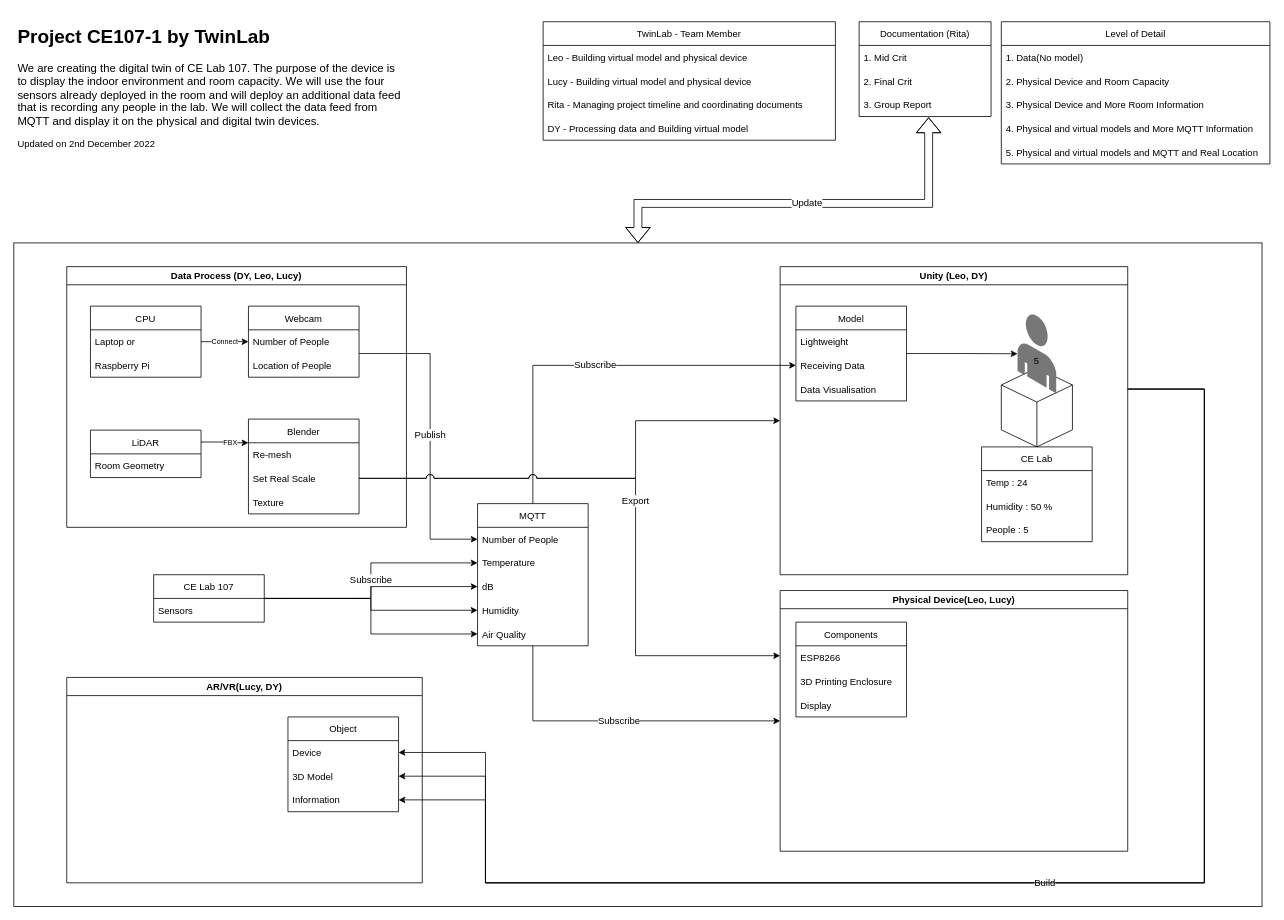
This is Resource/Document/overview.drawio from Lionel-Lim/CE107-1, a draw.io file, before an edit. Source tidied: cells renumbered, new cells numbered last; positions are measured from the earlier drawing's top-left corner, leaving out a move shared by most shapes. Both pictures are drawn from the tidied source at 79%, with x=0, y=0 at pixel (13, 21).
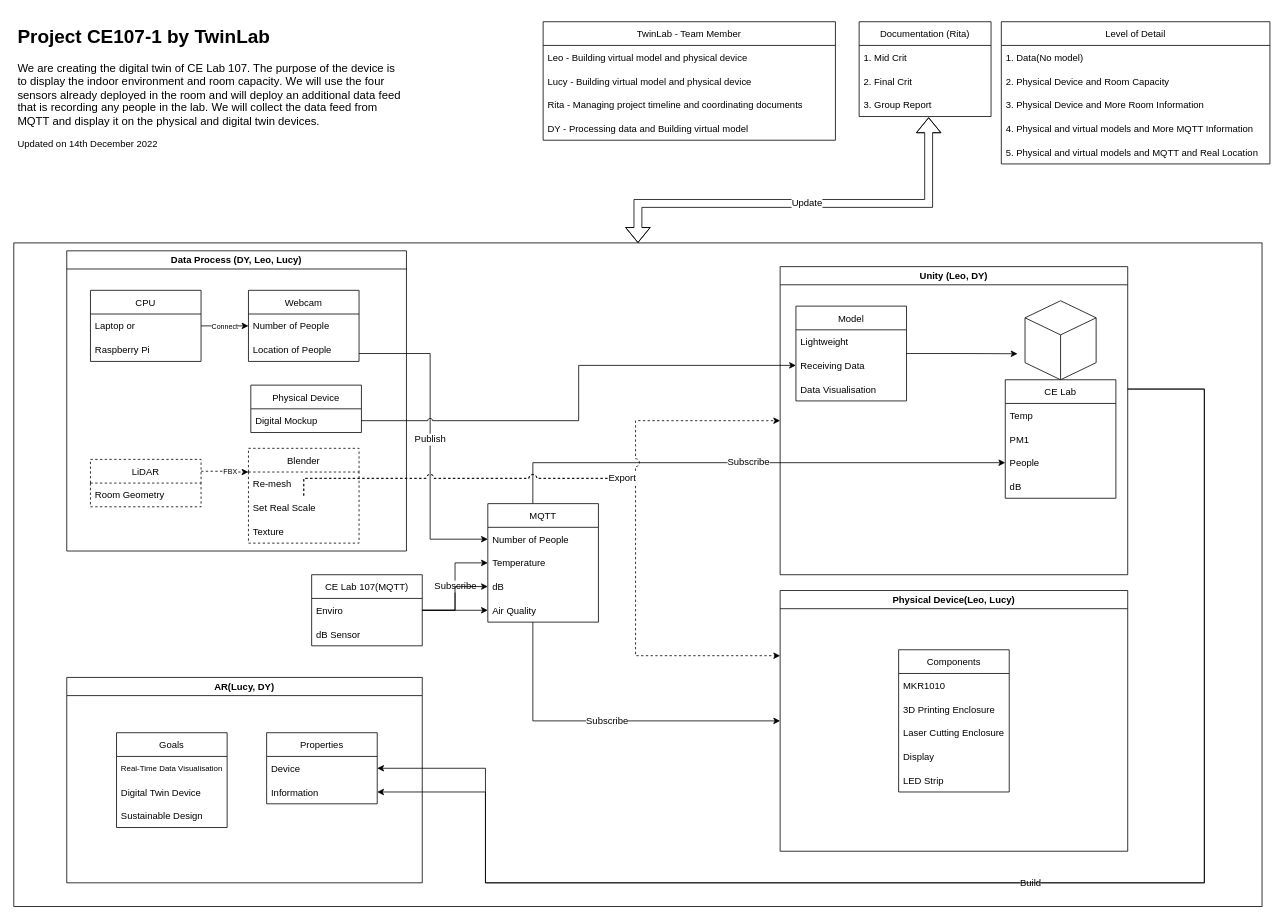
After the change.

The change refers to these unchanged cells:
```xml
<mxCell id="18" value="Set Real Scale" style="text;strokeColor=none;fillColor=none;align=left;verticalAlign=middle;spacingLeft=4;spacingRight=4;overflow=hidden;points=[[0,0.5],[1,0.5]];portConstraint=eastwest;" parent="16" vertex="1">
  <mxGeometry y="60" width="140" height="30" as="geometry" />
</mxCell>
<mxCell id="21" value="Unity (Leo, DY)" style="swimlane;fontSize=12;" parent="1" vertex="1">
  <mxGeometry x="970" y="310" width="440" height="390" as="geometry" />
</mxCell>
<mxCell id="23" value="Model" style="swimlane;fontStyle=0;horizontal=1;startSize=30;fontSize=12;" parent="21" vertex="1">
  <mxGeometry x="20" y="50" width="140" height="120" as="geometry" />
</mxCell>
<mxCell id="25" value="Receiving Data" style="text;strokeColor=none;fillColor=none;align=left;verticalAlign=middle;spacingLeft=4;spacingRight=4;overflow=hidden;points=[[0,0.5],[1,0.5]];portConstraint=eastwest;fontSize=12;" parent="23" vertex="1">
  <mxGeometry y="60" width="140" height="30" as="geometry" />
</mxCell>
<mxCell id="48" value="Physical Device(Leo, Lucy)" style="swimlane;fontSize=12;" parent="1" vertex="1">
  <mxGeometry x="970" y="720" width="440" height="330" as="geometry" />
</mxCell>
<mxCell id="55" value="Device" style="text;strokeColor=none;fillColor=none;align=left;verticalAlign=middle;spacingLeft=4;spacingRight=4;overflow=hidden;points=[[0,0.5],[1,0.5]];portConstraint=eastwest;fontSize=12;" parent="54" vertex="1">
  <mxGeometry y="30" width="140" height="30" as="geometry" />
</mxCell>
```

The edit, as a diff of the source:
```diff
@@
-    <mxCell id="3" value="&lt;h1&gt;Project CE107-1 by TwinLab&lt;/h1&gt;&lt;h2 style=&quot;margin: 0px; font-variant-numeric: normal; font-variant-east-asian: normal; font-stretch: normal; font-size: 14.3px; line-height: normal; -webkit-text-stroke-color: rgb(0, 0, 0);&quot;&gt;&lt;span style=&quot;font-weight: normal;&quot;&gt;We are creating the digital twin of CE Lab 107. The purpose of the device is to display the indoor environment&lt;span style=&quot;background-color: initial; font-variant-numeric: normal; font-variant-east-asian: normal; font-stretch: normal; font-size: 15px; line-height: normal; font-kerning: none;&quot; class=&quot;s2&quot;&gt; &lt;/span&gt;&lt;span style=&quot;background-color: initial; font-kerning: none;&quot; class=&quot;s1&quot;&gt;and room capacity. We will use the four sensors already deployed in the room and will deploy an additional data&lt;/span&gt;&lt;span style=&quot;background-color: initial; font-variant-numeric: normal; font-variant-east-asian: normal; font-stretch: normal; font-size: 15px; line-height: normal; font-kerning: none;&quot; class=&quot;s2&quot;&gt; &lt;/span&gt;&lt;span style=&quot;background-color: initial; font-kerning: none;&quot; class=&quot;s1&quot;&gt;feed that is recording any people in the lab. We will collect the data feed from MQTT and display it on the&lt;/span&gt;&lt;span style=&quot;background-color: initial; font-variant-numeric: normal; font-variant-east-asian: normal; font-stretch: normal; font-size: 15px; line-height: normal; font-kerning: none;&quot; class=&quot;s2&quot;&gt; &lt;/span&gt;&lt;span style=&quot;background-color: initial; font-kerning: none;&quot; class=&quot;s1&quot;&gt;physical and digital twin devices.&lt;/span&gt;&lt;/span&gt;&lt;/h2&gt;&lt;div&gt;&lt;span style=&quot;font-weight: normal;&quot;&gt;&lt;span style=&quot;background-color: initial; font-kerning: none;&quot; class=&quot;s1&quot;&gt;&lt;br&gt;&lt;/span&gt;&lt;/span&gt;&lt;/div&gt;&lt;div&gt;Updated on 2nd December 2022&lt;/div&gt;" style="text;html=1;strokeColor=none;fillColor=none;spacing=5;spacingTop=-20;whiteSpace=wrap;overflow=hidden;rounded=0;align=left;" parent="1" vertex="1">
+    <mxCell id="3" value="&lt;h1&gt;Project CE107-1 by TwinLab&lt;/h1&gt;&lt;h2 style=&quot;margin: 0px; font-variant-numeric: normal; font-variant-east-asian: normal; font-stretch: normal; font-size: 14.3px; line-height: normal; -webkit-text-stroke-color: rgb(0, 0, 0);&quot;&gt;&lt;span style=&quot;font-weight: normal;&quot;&gt;We are creating the digital twin of CE Lab 107. The purpose of the device is to display the indoor environment&lt;span style=&quot;background-color: initial; font-variant-numeric: normal; font-variant-east-asian: normal; font-stretch: normal; font-size: 15px; line-height: normal; font-kerning: none;&quot; class=&quot;s2&quot;&gt; &lt;/span&gt;&lt;span style=&quot;background-color: initial; font-kerning: none;&quot; class=&quot;s1&quot;&gt;and room capacity. We will use the four sensors already deployed in the room and will deploy an additional data&lt;/span&gt;&lt;span style=&quot;background-color: initial; font-variant-numeric: normal; font-variant-east-asian: normal; font-stretch: normal; font-size: 15px; line-height: normal; font-kerning: none;&quot; class=&quot;s2&quot;&gt; &lt;/span&gt;&lt;span style=&quot;background-color: initial; font-kerning: none;&quot; class=&quot;s1&quot;&gt;feed that is recording any people in the lab. We will collect the data feed from MQTT and display it on the&lt;/span&gt;&lt;span style=&quot;background-color: initial; font-variant-numeric: normal; font-variant-east-asian: normal; font-stretch: normal; font-size: 15px; line-height: normal; font-kerning: none;&quot; class=&quot;s2&quot;&gt; &lt;/span&gt;&lt;span style=&quot;background-color: initial; font-kerning: none;&quot; class=&quot;s1&quot;&gt;physical and digital twin devices.&lt;/span&gt;&lt;/span&gt;&lt;/h2&gt;&lt;div&gt;&lt;span style=&quot;font-weight: normal;&quot;&gt;&lt;span style=&quot;background-color: initial; font-kerning: none;&quot; class=&quot;s1&quot;&gt;&lt;br&gt;&lt;/span&gt;&lt;/span&gt;&lt;/div&gt;&lt;div&gt;Updated on 14th December 2022&lt;/div&gt;" style="text;html=1;strokeColor=none;fillColor=none;spacing=5;spacingTop=-20;whiteSpace=wrap;overflow=hidden;rounded=0;align=left;" parent="1" vertex="1">
       <mxGeometry width="500" height="220" as="geometry" />
     </mxCell>
     <mxCell id="4" value="Data Process (DY, Leo, Lucy)" style="swimlane;" parent="1" vertex="1">
-      <mxGeometry x="67" y="310" width="430" height="330" as="geometry" />
+      <mxGeometry x="67" y="290" width="430" height="380" as="geometry" />
     </mxCell>
@@
-    <mxCell id="8" style="edgeStyle=orthogonalEdgeStyle;rounded=0;jettySize=auto;html=1;exitX=1;exitY=0.25;exitDx=0;exitDy=0;entryX=0;entryY=0.25;entryDx=0;entryDy=0;fontSize=9;" parent="4" edge="1" source="10" target="16">
+    <mxCell id="8" style="edgeStyle=orthogonalEdgeStyle;rounded=0;jettySize=auto;html=1;exitX=1;exitY=0.25;exitDx=0;exitDy=0;entryX=0;entryY=0.25;entryDx=0;entryDy=0;fontSize=9;dashed=1;" parent="4" edge="1" source="10" target="16">
       <mxGeometry relative="1" as="geometry" />
     </mxCell>
@@
-    <mxCell id="10" value="LiDAR" style="swimlane;fontStyle=0;horizontal=1;startSize=30;" parent="4" vertex="1">
-      <mxGeometry x="30" y="207" width="140" height="60" as="geometry" />
+    <mxCell id="10" value="LiDAR" style="swimlane;fontStyle=0;horizontal=1;startSize=30;dashed=1;" parent="4" vertex="1">
+      <mxGeometry x="30" y="264" width="140" height="60" as="geometry" />
     </mxCell>
@@
-    <mxCell id="16" value="Blender" style="swimlane;fontStyle=0;horizontal=1;startSize=30;" parent="4" vertex="1">
-      <mxGeometry x="230" y="193" width="140" height="120" as="geometry" />
+    <mxCell id="16" value="Blender" style="swimlane;fontStyle=0;horizontal=1;startSize=30;dashed=1;" parent="4" vertex="1">
+      <mxGeometry x="230" y="250" width="140" height="120" as="geometry" />
     </mxCell>
@@
-    <mxCell id="20" style="edgeStyle=orthogonalEdgeStyle;rounded=0;jettySize=auto;html=1;entryX=1;entryY=0.5;entryDx=0;entryDy=0;fontSize=12;" parent="1" edge="1" source="21" target="56">
-      <mxGeometry relative="1" as="geometry">
-        <Array as="points">
-          <mxPoint x="1507" y="465" />
-          <mxPoint x="1507" y="1090" />
-          <mxPoint x="597" y="1090" />
-          <mxPoint x="597" y="955" />
-        </Array>
-      </mxGeometry>
-    </mxCell>
@@
-    <mxCell id="22" style="edgeStyle=orthogonalEdgeStyle;rounded=0;jettySize=auto;html=1;fontSize=12;" parent="21" edge="1" source="23" target="29">
-      <mxGeometry relative="1" as="geometry" />
+    <mxCell id="22" style="edgeStyle=orthogonalEdgeStyle;rounded=0;jettySize=auto;html=1;fontSize=12;" parent="21" edge="1" source="23">
+      <mxGeometry relative="1" as="geometry">
+        <mxPoint x="300.5" y="110.3" as="targetPoint" />
+      </mxGeometry>
     </mxCell>
@@
     <mxCell id="27" style="group;" parent="21" vertex="1">
-      <mxGeometry x="280" y="60" width="124" height="270" as="geometry" />
+      <mxGeometry x="310" y="-25" width="124" height="270" as="geometry" />
     </mxCell>
@@
-    <mxCell id="29" style="verticalLabelPosition=bottom;html=1;verticalAlign=top;strokeWidth=1;align=center;outlineConnect=0;dashed=0;outlineConnect=0;shape=mxgraph.aws3d.end_user;strokeColor=none;fillColor=#777777;fontSize=12;" parent="27" vertex="1">
-      <mxGeometry x="20.5" width="49" height="100.5" as="geometry" />
-    </mxCell>
-    <mxCell id="30" value="5" style="text;html=1;strokeColor=none;fillColor=none;align=center;verticalAlign=middle;whiteSpace=wrap;rounded=0;fontSize=12;" parent="27" vertex="1">
-      <mxGeometry x="15" y="45.2" width="60" height="30" as="geometry" />
-    </mxCell>
     <mxCell id="31" value="CE Lab" style="swimlane;fontStyle=0;horizontal=1;startSize=30;fontSize=12;" parent="27" vertex="1">
-      <mxGeometry x="-25" y="168.2" width="140" height="120" as="geometry" />
+      <mxGeometry x="-25" y="168.2" width="140" height="150" as="geometry" />
     </mxCell>
-    <mxCell id="32" value="Temp : 24" style="text;strokeColor=none;fillColor=none;align=left;verticalAlign=middle;spacingLeft=4;spacingRight=4;overflow=hidden;fontSize=12;" parent="31" vertex="1">
+    <mxCell id="32" value="Temp" style="text;strokeColor=none;fillColor=none;align=left;verticalAlign=middle;spacingLeft=4;spacingRight=4;overflow=hidden;fontSize=12;" parent="31" vertex="1">
       <mxGeometry y="30" width="140" height="30" as="geometry" />
     </mxCell>
-    <mxCell id="33" value="Humidity : 50 %" style="text;strokeColor=none;fillColor=none;align=left;verticalAlign=middle;spacingLeft=4;spacingRight=4;overflow=hidden;fontSize=12;" parent="31" vertex="1">
+    <mxCell id="33" value="PM1" style="text;strokeColor=none;fillColor=none;align=left;verticalAlign=middle;spacingLeft=4;spacingRight=4;overflow=hidden;fontSize=12;" parent="31" vertex="1">
       <mxGeometry y="60" width="140" height="30" as="geometry" />
     </mxCell>
-    <mxCell id="34" value="People : 5" style="text;strokeColor=none;fillColor=none;align=left;verticalAlign=middle;spacingLeft=4;spacingRight=4;overflow=hidden;points=[[0,0.5],[1,0.5]];portConstraint=eastwest;fontSize=12;" parent="31" vertex="1">
+    <mxCell id="34" value="People" style="text;strokeColor=none;fillColor=none;align=left;verticalAlign=middle;spacingLeft=4;spacingRight=4;overflow=hidden;points=[[0,0.5],[1,0.5]];portConstraint=eastwest;fontSize=12;" parent="31" vertex="1">
       <mxGeometry y="90" width="140" height="30" as="geometry" />
     </mxCell>
+    <mxCell id="80" value="dB" style="text;strokeColor=none;fillColor=none;align=left;verticalAlign=middle;spacingLeft=4;spacingRight=4;overflow=hidden;fontSize=12;" parent="31" vertex="1">
+      <mxGeometry y="120" width="140" height="30" as="geometry" />
+    </mxCell>
-    <mxCell id="35" value="Subscribe" style="edgeStyle=orthogonalEdgeStyle;rounded=0;jettySize=auto;html=1;entryX=0;entryY=0.5;entryDx=0;entryDy=0;fontSize=12;" parent="1" edge="1" source="37" target="25">
-      <mxGeometry relative="1" as="geometry" />
+    <mxCell id="35" value="Subscribe" style="edgeStyle=orthogonalEdgeStyle;rounded=0;jettySize=auto;html=1;entryX=0;entryY=0.5;entryDx=0;entryDy=0;fontSize=12;" parent="1" edge="1" source="37" target="34">
+      <mxGeometry relative="1" as="geometry">
+        <Array as="points">
+          <mxPoint x="657" y="558" />
+        </Array>
+      </mxGeometry>
     </mxCell>
@@
     <mxCell id="37" value="MQTT" style="swimlane;fontStyle=0;horizontal=1;startSize=30;fontSize=12;" parent="1" vertex="1">
-      <mxGeometry x="587" y="610" width="140" height="180" as="geometry" />
+      <mxGeometry x="600" y="610" width="140" height="150" as="geometry" />
     </mxCell>
@@
-    <mxCell id="41" value="Humidity" style="text;strokeColor=none;fillColor=none;align=left;verticalAlign=middle;spacingLeft=4;spacingRight=4;overflow=hidden;points=[[0,0.5],[1,0.5]];portConstraint=eastwest;fontSize=12;" parent="37" vertex="1">
-      <mxGeometry y="120" width="140" height="30" as="geometry" />
-    </mxCell>
     <mxCell id="42" value="Air Quality" style="text;strokeColor=none;fillColor=none;align=left;verticalAlign=middle;spacingLeft=4;spacingRight=4;overflow=hidden;points=[[0,0.5],[1,0.5]];portConstraint=eastwest;fontSize=12;" parent="37" vertex="1">
-      <mxGeometry y="150" width="140" height="30" as="geometry" />
+      <mxGeometry y="120" width="140" height="30" as="geometry" />
     </mxCell>
@@
-    <mxCell id="46" value="CE Lab 107" style="swimlane;fontStyle=0;horizontal=1;startSize=30;fontSize=12;" parent="1" vertex="1">
-      <mxGeometry x="177" y="700" width="140" height="60" as="geometry" />
+    <mxCell id="46" value="CE Lab 107(MQTT)" style="swimlane;fontStyle=0;horizontal=1;startSize=30;fontSize=12;" parent="1" vertex="1">
+      <mxGeometry x="377" y="700" width="140" height="90" as="geometry" />
     </mxCell>
-    <mxCell id="47" value="Sensors" style="text;strokeColor=none;fillColor=none;align=left;verticalAlign=middle;spacingLeft=4;spacingRight=4;overflow=hidden;points=[[0,0.5],[1,0.5]];portConstraint=eastwest;fontSize=12;" parent="46" vertex="1">
+    <mxCell id="47" value="Enviro" style="text;strokeColor=none;fillColor=none;align=left;verticalAlign=middle;spacingLeft=4;spacingRight=4;overflow=hidden;points=[[0,0.5],[1,0.5]];portConstraint=eastwest;fontSize=12;" parent="46" vertex="1">
       <mxGeometry y="30" width="140" height="30" as="geometry" />
     </mxCell>
+    <mxCell id="81" value="dB Sensor" style="text;strokeColor=none;fillColor=none;align=left;verticalAlign=middle;spacingLeft=4;spacingRight=4;overflow=hidden;fontSize=12;" parent="46" vertex="1">
+      <mxGeometry y="60" width="140" height="30" as="geometry" />
+    </mxCell>
@@
     <mxCell id="49" value="Components" style="swimlane;fontStyle=0;horizontal=1;startSize=30;fontSize=12;" parent="48" vertex="1">
-      <mxGeometry x="20" y="40" width="140" height="120" as="geometry" />
+      <mxGeometry x="150" y="75" width="140" height="180" as="geometry" />
     </mxCell>
-    <mxCell id="50" value="ESP8266" style="text;strokeColor=none;fillColor=none;align=left;verticalAlign=middle;spacingLeft=4;spacingRight=4;overflow=hidden;fontSize=12;" parent="49" vertex="1">
+    <mxCell id="50" value="MKR1010" style="text;strokeColor=none;fillColor=none;align=left;verticalAlign=middle;spacingLeft=4;spacingRight=4;overflow=hidden;fontSize=12;" parent="49" vertex="1">
       <mxGeometry y="30" width="140" height="30" as="geometry" />
     </mxCell>
@@
+    <mxCell id="82" value="Laser Cutting Enclosure" style="text;strokeColor=none;fillColor=none;align=left;verticalAlign=middle;spacingLeft=4;spacingRight=4;overflow=hidden;fontSize=12;" parent="49" vertex="1">
+      <mxGeometry y="90" width="140" height="30" as="geometry" />
+    </mxCell>
     <mxCell id="52" value="Display" style="text;strokeColor=none;fillColor=none;align=left;verticalAlign=middle;spacingLeft=4;spacingRight=4;overflow=hidden;fontSize=12;" parent="49" vertex="1">
-      <mxGeometry y="90" width="140" height="30" as="geometry" />
+      <mxGeometry y="120" width="140" height="30" as="geometry" />
     </mxCell>
+    <mxCell id="83" value="LED Strip" style="text;strokeColor=none;fillColor=none;align=left;verticalAlign=middle;spacingLeft=4;spacingRight=4;overflow=hidden;fontSize=12;" parent="49" vertex="1">
+      <mxGeometry y="150" width="140" height="30" as="geometry" />
+    </mxCell>
-    <mxCell id="53" value="AR/VR(Lucy, DY)" style="swimlane;fontSize=12;" parent="1" vertex="1">
+    <mxCell id="53" value="AR(Lucy, DY)" style="swimlane;fontSize=12;" parent="1" vertex="1">
       <mxGeometry x="67" y="830" width="450" height="260" as="geometry" />
     </mxCell>
-    <mxCell id="54" value="Object" style="swimlane;fontStyle=0;horizontal=1;startSize=30;fontSize=12;" parent="1" vertex="1">
-      <mxGeometry x="347" y="880" width="140" height="120" as="geometry" />
+    <mxCell id="54" value="Properties" style="swimlane;fontStyle=0;horizontal=1;startSize=30;fontSize=12;" parent="1" vertex="1">
+      <mxGeometry x="320" y="900" width="140" height="90" as="geometry" />
     </mxCell>
@@
-    <mxCell id="56" value="3D Model" style="text;strokeColor=none;fillColor=none;align=left;verticalAlign=middle;spacingLeft=4;spacingRight=4;overflow=hidden;points=[[0,0.5],[1,0.5]];portConstraint=eastwest;fontSize=12;" parent="54" vertex="1">
-      <mxGeometry y="60" width="140" height="30" as="geometry" />
-    </mxCell>
     <mxCell id="57" value="Information" style="text;strokeColor=none;fillColor=none;align=left;verticalAlign=middle;spacingLeft=4;spacingRight=4;overflow=hidden;points=[[0,0.5],[1,0.5]];portConstraint=eastwest;fontSize=12;" parent="54" vertex="1">
-      <mxGeometry y="90" width="140" height="30" as="geometry" />
+      <mxGeometry y="60" width="140" height="30" as="geometry" />
     </mxCell>
     <mxCell id="58" value="Build" style="edgeStyle=orthogonalEdgeStyle;rounded=0;jettySize=auto;html=1;fontSize=12;entryX=1;entryY=0.5;entryDx=0;entryDy=0;" parent="1" edge="1" source="21" target="57">
       <mxGeometry relative="1" as="geometry">
         <Array as="points">
           <mxPoint x="1507" y="465" />
           <mxPoint x="1507" y="1090" />
           <mxPoint x="597" y="1090" />
-          <mxPoint x="597" y="985" />
+          <mxPoint x="597" y="975" />
         </Array>
       </mxGeometry>
     </mxCell>
@@
-    <mxCell id="65" style="edgeStyle=orthogonalEdgeStyle;rounded=0;jettySize=auto;html=1;entryX=0;entryY=0.5;entryDx=0;entryDy=0;fontSize=12;" parent="1" edge="1" source="46" target="41">
+    <mxCell id="65" style="edgeStyle=orthogonalEdgeStyle;rounded=0;jettySize=auto;html=1;entryX=0;entryY=0.5;entryDx=0;entryDy=0;fontSize=12;" parent="1" edge="1" source="46" target="42">
       <mxGeometry relative="1" as="geometry" />
     </mxCell>
-    <mxCell id="66" style="edgeStyle=orthogonalEdgeStyle;rounded=0;jettySize=auto;html=1;entryX=0;entryY=0.5;entryDx=0;entryDy=0;fontSize=12;exitX=1.011;exitY=0.004;exitDx=0;exitDy=0;exitPerimeter=0;" parent="1" edge="1" source="47" target="42">
-      <mxGeometry relative="1" as="geometry">
-        <Array as="points">
-          <mxPoint x="452" y="730" />
-          <mxPoint x="452" y="775" />
-        </Array>
-      </mxGeometry>
-    </mxCell>
-    <mxCell id="67" style="edgeStyle=orthogonalEdgeStyle;rounded=0;jettySize=auto;html=1;entryX=0;entryY=0.5;entryDx=0;entryDy=0;fontSize=12;fontColor=#FFFFFF;jumpStyle=arc;jumpSize=10;" parent="1" edge="1" source="18" target="21">
+    <mxCell id="67" style="edgeStyle=orthogonalEdgeStyle;rounded=0;jettySize=auto;html=1;entryX=0;entryY=0.5;entryDx=0;entryDy=0;fontSize=12;fontColor=#FFFFFF;jumpStyle=arc;jumpSize=10;dashed=1;" parent="1" edge="1" source="18" target="21">
       <mxGeometry relative="1" as="geometry">
         <Array as="points">
           <mxPoint x="787" y="578" />
           <mxPoint x="787" y="505" />
         </Array>
       </mxGeometry>
     </mxCell>
-    <mxCell id="68" value="&lt;font color=&quot;#000000&quot;&gt;Export&lt;/font&gt;" style="edgeStyle=orthogonalEdgeStyle;rounded=0;jumpStyle=arc;jumpSize=10;jettySize=auto;html=1;entryX=0;entryY=0.25;entryDx=0;entryDy=0;fontSize=12;fontColor=#FFFFFF;" parent="1" edge="1" source="18" target="48">
+    <mxCell id="68" value="&lt;font color=&quot;#000000&quot;&gt;Export&lt;/font&gt;" style="edgeStyle=orthogonalEdgeStyle;rounded=0;jumpStyle=arc;jumpSize=10;jettySize=auto;html=1;entryX=0;entryY=0.25;entryDx=0;entryDy=0;fontSize=12;fontColor=#FFFFFF;dashed=1;" parent="1" edge="1" source="18" target="48">
       <mxGeometry relative="1" as="geometry">
         <Array as="points">
           <mxPoint x="787" y="578" />
           <mxPoint x="787" y="803" />
         </Array>
       </mxGeometry>
     </mxCell>
@@
     <mxCell id="78" style="edgeStyle=orthogonalEdgeStyle;rounded=0;jettySize=auto;html=1;entryX=1;entryY=0.5;entryDx=0;entryDy=0;fontSize=12;" parent="1" edge="1" source="21" target="55">
       <mxGeometry relative="1" as="geometry">
         <Array as="points">
           <mxPoint x="1507" y="465" />
           <mxPoint x="1507" y="1090" />
           <mxPoint x="597" y="1090" />
-          <mxPoint x="597" y="925" />
+          <mxPoint x="597" y="945" />
         </Array>
       </mxGeometry>
     </mxCell>
@@
+    <mxCell id="84" value="Physical Device" style="swimlane;fontStyle=0;horizontal=1;startSize=30;" parent="1" vertex="1">
+      <mxGeometry x="300" y="460" width="140" height="60" as="geometry" />
+    </mxCell>
+    <mxCell id="85" value="Digital Mockup" style="text;strokeColor=none;fillColor=none;align=left;verticalAlign=middle;spacingLeft=4;spacingRight=4;overflow=hidden;points=[[0,0.5],[1,0.5]];portConstraint=eastwest;" parent="84" vertex="1">
+      <mxGeometry y="30" width="140" height="30" as="geometry" />
+    </mxCell>
+    <mxCell id="86" style="edgeStyle=orthogonalEdgeStyle;rounded=0;jettySize=auto;html=1;entryX=0;entryY=0.5;entryDx=0;entryDy=0;jumpStyle=arc;" parent="1" edge="1" source="85" target="25">
+      <mxGeometry relative="1" as="geometry" />
+    </mxCell>
+    <mxCell id="87" value="Goals" style="swimlane;fontStyle=0;horizontal=1;startSize=30;fontSize=12;" parent="1" vertex="1">
+      <mxGeometry x="130" y="900" width="140" height="120" as="geometry" />
+    </mxCell>
+    <mxCell id="88" value="Real-Time Data Visualisation" style="text;strokeColor=none;fillColor=none;align=left;verticalAlign=middle;spacingLeft=4;spacingRight=4;overflow=hidden;fontSize=10;" parent="87" vertex="1">
+      <mxGeometry y="30" width="140" height="30" as="geometry" />
+    </mxCell>
+    <mxCell id="89" value="Digital Twin Device" style="text;strokeColor=none;fillColor=none;align=left;verticalAlign=middle;spacingLeft=4;spacingRight=4;overflow=hidden;fontSize=12;" parent="87" vertex="1">
+      <mxGeometry y="60" width="140" height="30" as="geometry" />
+    </mxCell>
+    <mxCell id="90" value="Sustainable Design" style="text;strokeColor=none;fillColor=none;align=left;verticalAlign=middle;spacingLeft=4;spacingRight=4;overflow=hidden;fontSize=12;" parent="87" vertex="1">
+      <mxGeometry y="90" width="140" height="30" as="geometry" />
+    </mxCell>
```
